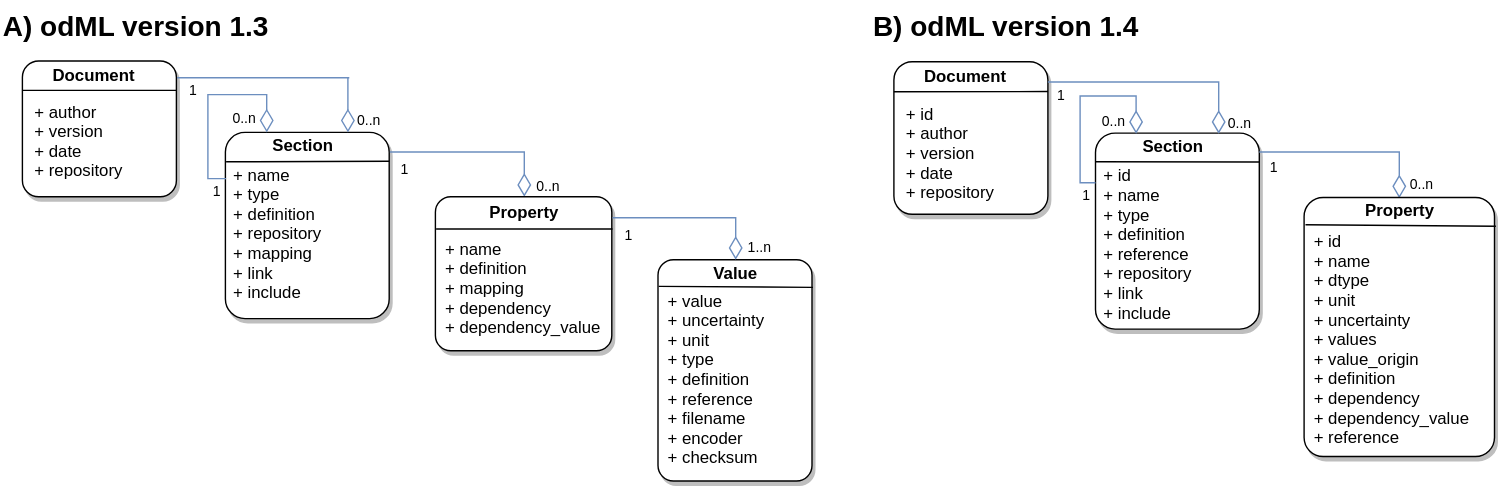
This is odML/flowcharts/odML_DataModel_cmp_hz.svg from mpsonntag/prodoc, a draw.io export, as it was before one commit. Source tidied: cells renumbered, new cells last; positions are measured from the earlier drawing's top-left corner, leaving out a move shared by most shapes.
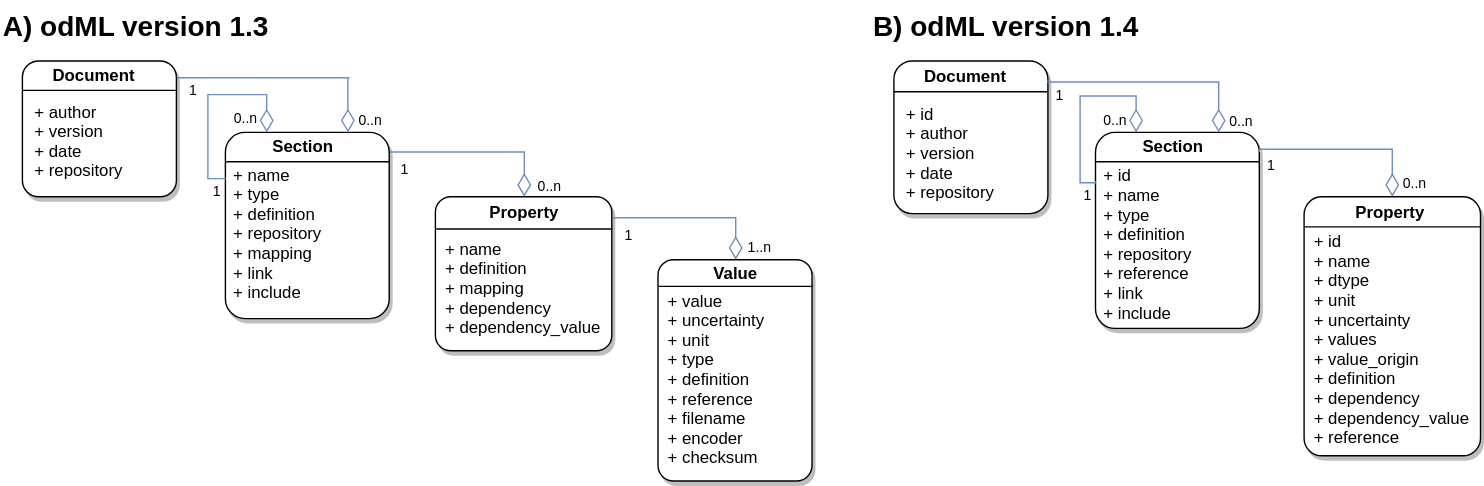
Later version of the same file.

Commit message:
[odml/fig] Properly align comparison fig details

Change to the diagram source:
```diff
@@ -6,10 +6,10 @@
       <mxGeometry x="621.5" width="29" height="30" as="geometry" />
     </mxCell>
     <mxCell id="3" style="shadow=1;fillColor=#ffffff;verticalAlign=bottom;align=center;overflow=fill;fontSize=12;fontFamily=Helvetica;strokeColor=#000000;fontStyle=1;horizontal=1;rounded=1;glass=0;arcSize=12;" parent="1" vertex="1">
-      <mxGeometry x="782" y="94.5" width="117" height="140" as="geometry" />
+      <mxGeometry x="782" y="94" width="117" height="140" as="geometry" />
     </mxCell>
     <mxCell id="4" style="shadow=1;fillColor=#ffffff;verticalAlign=top;align=left;overflow=fill;fontSize=12;fontFamily=Helvetica;strokeColor=#000000;fontStyle=1;rounded=1;arcSize=12;" parent="1" vertex="1">
-      <mxGeometry x="638" y="43.5" width="110" height="109" as="geometry" />
+      <mxGeometry x="638" y="43" width="110" height="109" as="geometry" />
     </mxCell>
     <mxCell id="5" value="Section" style="text;fontStyle=1;" parent="1" vertex="1">
       <mxGeometry x="814" y="90.5" width="53" height="20" as="geometry" />
@@ -33,13 +33,14 @@
         <mxPoint x="-16.5" y="0.5" as="offset" />
       </mxGeometry>
     </mxCell>
-    <mxCell id="9" value="+ id&#10;+ name&#10;+ type&#10;+ definition&#10;+ reference&#10;+ repository&#10;+ link&#10;+ include" style="text;" parent="1" vertex="1">
+    <mxCell id="9" value="+ id&#10;+ name&#10;+ type&#10;+ definition&#10;+ repository&#10;+ reference&#10;+ link&#10;+ include" style="text;" parent="1" vertex="1">
       <mxGeometry x="786" y="111.5" width="93" height="126" as="geometry" />
     </mxCell>
     <mxCell id="10" style="edgeStyle=orthogonalEdgeStyle;rounded=0;html=1;exitX=0.5;exitY=0;entryX=1.002;entryY=0.097;startArrow=diamondThin;startFill=0;startSize=14;endArrow=none;endFill=0;endSize=6;jettySize=auto;fontSize=10;strokeColor=#6c8ebf;fillColor=#dae8fc;entryPerimeter=0;" parent="1" edge="1" source="18" target="3">
       <mxGeometry relative="1" as="geometry">
         <Array as="points">
-          <mxPoint x="998.5" y="108" />
+          <mxPoint x="994" y="106" />
+          <mxPoint x="899" y="106" />
         </Array>
       </mxGeometry>
     </mxCell>
@@ -77,27 +78,26 @@
       <mxGeometry x="645" y="67.5" width="76" height="73" as="geometry" />
     </mxCell>
     <mxCell id="18" style="shadow=1;fillColor=#ffffff;verticalAlign=top;align=left;overflow=fill;fontSize=12;fontFamily=Helvetica;strokeColor=#000000;fontStyle=0;rounded=1;arcSize=10;" parent="1" vertex="1">
-      <mxGeometry x="931" y="140.5" width="136" height="185" as="geometry" />
+      <mxGeometry x="931" y="140" width="126" height="185" as="geometry" />
     </mxCell>
     <mxCell id="19" value="Property" style="text;fontStyle=1;" parent="1" vertex="1">
-      <mxGeometry x="973" y="136.5" width="53" height="25" as="geometry" />
+      <mxGeometry x="966" y="138" width="53" height="25" as="geometry" />
     </mxCell>
     <mxCell id="20" value=" + id&#10; + name&#10; + dtype&#10; + unit&#10; + uncertainty&#10; + values&#10; + value_origin&#10; + definition&#10; + dependency&#10; + dependency_value&#10; + reference" style="text;" parent="1" vertex="1">
       <mxGeometry x="933" y="158.5" width="124" height="162" as="geometry" />
     </mxCell>
-    <mxCell id="21" style="endArrow=none;html=1;entryX=1;entryY=0.25;exitX=0;exitY=0.196;exitPerimeter=0;" parent="1" edge="1" source="4">
+    <mxCell id="21" style="endArrow=none;html=1;entryX=1;entryY=0.25;exitX=0;exitY=0.196;exitPerimeter=0;" parent="1" edge="1">
       <mxGeometry relative="1" as="geometry">
-        <mxPoint x="748.1" y="64.8" as="targetPoint" />
+        <mxPoint x="638" y="65" as="sourcePoint" />
+        <mxPoint x="748.1" y="65" as="targetPoint" />
       </mxGeometry>
     </mxCell>
-    <mxCell id="22" style="endArrow=none;html=1;entryX=1;entryY=0.25;exitX=0.003;exitY=0.144;exitPerimeter=0;" parent="1" edge="1" source="3">
+    <mxCell id="22" style="endArrow=none;html=1;entryX=1;entryY=0.25;exitX=0.003;exitY=0.144;exitPerimeter=0;" parent="1" edge="1">
       <mxGeometry relative="1" as="geometry">
-        <mxPoint x="899" y="115.2" as="targetPoint" />
+        <mxPoint x="782" y="115" as="sourcePoint" />
+        <mxPoint x="899" y="115" as="targetPoint" />
       </mxGeometry>
     </mxCell>
-    <mxCell id="23" style="endArrow=none;html=1;entryX=1.005;entryY=0.112;exitX=0.005;exitY=0.108;exitPerimeter=0;entryPerimeter=0;" parent="1" edge="1" source="18" target="18">
-      <mxGeometry relative="1" as="geometry" />
-    </mxCell>
     <mxCell id="24" value="A) odML version 1.3" style="text;fontStyle=1;fontSize=20;" parent="1" vertex="1">
       <mxGeometry width="29" height="30" as="geometry" />
     </mxCell>
@@ -108,7 +108,7 @@
       <mxGeometry x="15.5" y="43" width="110" height="97" as="geometry" />
     </mxCell>
     <mxCell id="27" value="Section" style="text;fontStyle=1;" parent="1" vertex="1">
-      <mxGeometry x="192.5" y="90" width="53" height="20" as="geometry" />
+      <mxGeometry x="192.5" y="90.5" width="53" height="20" as="geometry" />
     </mxCell>
     <mxCell id="28" style="edgeStyle=orthogonalEdgeStyle;rounded=0;html=1;exitX=0.25;exitY=0;entryX=0;entryY=0.25;startArrow=diamondThin;startFill=0;startSize=14;endArrow=none;endFill=0;endSize=6;jettySize=auto;orthogonalLoop=1;fontSize=10;strokeColor=#6c8ebf;fillColor=#dae8fc;" parent="1" edge="1" source="25" target="25">
       <mxGeometry relative="1" as="geometry">
@@ -190,7 +190,7 @@
     </mxCell>
     <mxCell id="44" style="endArrow=none;html=1;entryX=1;entryY=0.25;exitX=0.002;exitY=0.157;exitPerimeter=0;" parent="1" edge="1" source="25">
       <mxGeometry relative="1" as="geometry">
-        <mxPoint x="277.5" y="114.7" as="targetPoint" />
+        <mxPoint x="277.5" y="115" as="targetPoint" />
       </mxGeometry>
     </mxCell>
     <mxCell id="45" style="endArrow=none;html=1;exitX=0.001;exitY=0.21;exitPerimeter=0;entryX=1.002;entryY=0.21;entryPerimeter=0;" parent="1" edge="1" source="40" target="40">
@@ -207,7 +207,7 @@
     </mxCell>
     <mxCell id="49" style="endArrow=none;html=1;entryX=1.005;entryY=0.112;exitX=0;exitY=0.123;exitPerimeter=0;entryPerimeter=0;" parent="1" edge="1" source="46">
       <mxGeometry relative="1" as="geometry">
-        <mxPoint x="580.2" y="204.7" as="targetPoint" />
+        <mxPoint x="580.2" y="204" as="targetPoint" />
       </mxGeometry>
     </mxCell>
     <mxCell id="50" style="edgeStyle=orthogonalEdgeStyle;rounded=0;html=1;exitX=0.5;exitY=0;entryX=1;entryY=0.138;startArrow=diamondThin;startFill=0;startSize=14;endArrow=none;endFill=0;endSize=6;jettySize=auto;fontSize=10;strokeColor=#6c8ebf;fillColor=#dae8fc;entryPerimeter=0;" parent="1" edge="1" source="46" target="40">
@@ -228,5 +228,11 @@
         <mxPoint x="18" y="-4.5" as="offset" />
       </mxGeometry>
     </mxCell>
+    <mxCell id="53" style="endArrow=none;html=1;exitX=0.001;exitY=0.21;exitPerimeter=0;entryX=1.002;entryY=0.21;entryPerimeter=0;" parent="1" edge="1">
+      <mxGeometry relative="1" as="geometry">
+        <mxPoint x="931" y="161.5" as="sourcePoint" />
+        <mxPoint x="1057" y="161.5" as="targetPoint" />
+      </mxGeometry>
+    </mxCell>
   </root>
 </mxGraphModel>
```
